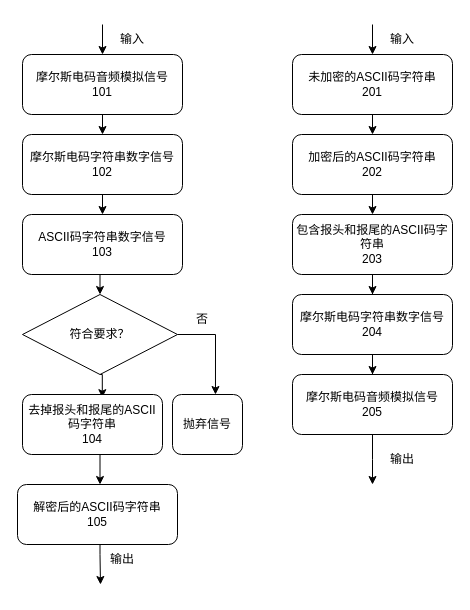
Above: test chat.drawio in catchFishCat/Morse-code-patent (draw.io), before the change. Source tidied: cells renumbered, new cells numbered last; positions are measured from the earlier drawing's top-left corner, leaving out a move shared by most shapes. Both pictures are drawn from the tidied source at 100%, with x=0, y=0 at pixel (17, 24).
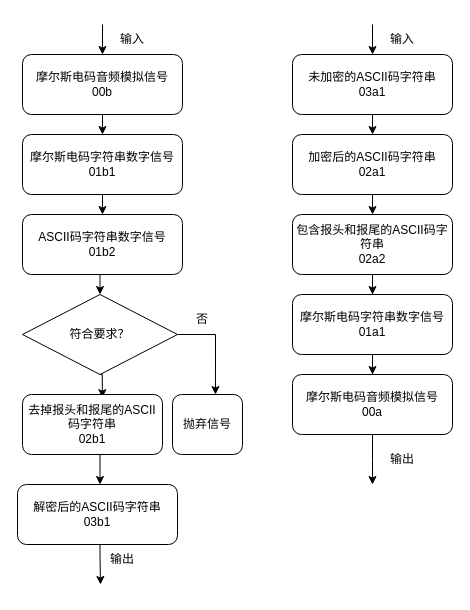
The same diagram, later.

What changed in the source:
```diff
@@
-    <mxCell id="3" value="摩尔斯电码音频模拟信号&lt;br&gt;101" style="rounded=1;whiteSpace=wrap;html=1;" parent="1" vertex="1">
+    <mxCell id="3" value="摩尔斯电码音频模拟信号&lt;br&gt;00b" style="rounded=1;whiteSpace=wrap;html=1;" parent="1" vertex="1">
       <mxGeometry x="5" y="30" width="160" height="60" as="geometry" />
     </mxCell>
@@
-    <mxCell id="5" value="摩尔斯电码字符串数字信号&lt;br&gt;102" style="rounded=1;whiteSpace=wrap;html=1;" parent="1" vertex="1">
+    <mxCell id="5" value="摩尔斯电码字符串数字信号&lt;br&gt;01b1" style="rounded=1;whiteSpace=wrap;html=1;" parent="1" vertex="1">
       <mxGeometry x="5" y="110" width="160" height="60" as="geometry" />
     </mxCell>
@@
-    <mxCell id="7" value="ASCII码字符串数字信号&lt;br&gt;103" style="rounded=1;whiteSpace=wrap;html=1;" parent="1" vertex="1">
+    <mxCell id="7" value="ASCII码字符串数字信号&lt;br&gt;01b2" style="rounded=1;whiteSpace=wrap;html=1;" parent="1" vertex="1">
       <mxGeometry x="5" y="190" width="160" height="60" as="geometry" />
     </mxCell>
@@
-    <mxCell id="14" value="去掉报头和报尾的ASCII码字符串&lt;br&gt;104" style="rounded=1;whiteSpace=wrap;html=1;" parent="1" vertex="1">
+    <mxCell id="14" value="去掉报头和报尾的ASCII码字符串&lt;br&gt;02b1" style="rounded=1;whiteSpace=wrap;html=1;" parent="1" vertex="1">
       <mxGeometry x="5" y="370" width="140" height="60" as="geometry" />
     </mxCell>
@@
-    <mxCell id="16" value="解密后的ASCII码字符串&lt;br&gt;105" style="rounded=1;whiteSpace=wrap;html=1;" parent="1" vertex="1">
+    <mxCell id="16" value="解密后的ASCII码字符串&lt;br&gt;03b1" style="rounded=1;whiteSpace=wrap;html=1;" parent="1" vertex="1">
       <mxGeometry y="460" width="160" height="60" as="geometry" />
     </mxCell>
@@
-    <mxCell id="19" value="加密后的ASCII码字符串&lt;br&gt;202" style="rounded=1;whiteSpace=wrap;html=1;" parent="1" vertex="1">
+    <mxCell id="19" value="加密后的ASCII码字符串&lt;br&gt;02a1" style="rounded=1;whiteSpace=wrap;html=1;" parent="1" vertex="1">
       <mxGeometry x="275" y="110" width="160" height="60" as="geometry" />
     </mxCell>
@@
-    <mxCell id="21" value="未加密的ASCII码字符串&lt;br&gt;201" style="rounded=1;whiteSpace=wrap;html=1;" parent="1" vertex="1">
+    <mxCell id="21" value="未加密的ASCII码字符串&lt;br&gt;03a1" style="rounded=1;whiteSpace=wrap;html=1;" parent="1" vertex="1">
       <mxGeometry x="275" y="30" width="160" height="60" as="geometry" />
     </mxCell>
@@
-    <mxCell id="23" value="包含报头和报尾的ASCII码字符串&lt;br&gt;203" style="rounded=1;whiteSpace=wrap;html=1;" parent="1" vertex="1">
+    <mxCell id="23" value="包含报头和报尾的ASCII码字符串&lt;br&gt;02a2" style="rounded=1;whiteSpace=wrap;html=1;" parent="1" vertex="1">
       <mxGeometry x="275" y="190" width="160" height="60" as="geometry" />
     </mxCell>
@@
-    <mxCell id="25" value="摩尔斯电码字符串数字信号&lt;br&gt;204" style="rounded=1;whiteSpace=wrap;html=1;" parent="1" vertex="1">
+    <mxCell id="25" value="摩尔斯电码字符串数字信号&lt;br&gt;01a1" style="rounded=1;whiteSpace=wrap;html=1;" parent="1" vertex="1">
       <mxGeometry x="275" y="270" width="160" height="60" as="geometry" />
     </mxCell>
@@
-    <mxCell id="27" value="摩尔斯电码音频模拟信号&lt;br&gt;205" style="rounded=1;whiteSpace=wrap;html=1;" parent="1" vertex="1">
+    <mxCell id="27" value="摩尔斯电码音频模拟信号&lt;br&gt;00a" style="rounded=1;whiteSpace=wrap;html=1;" parent="1" vertex="1">
       <mxGeometry x="275" y="350" width="160" height="60" as="geometry" />
     </mxCell>
```
